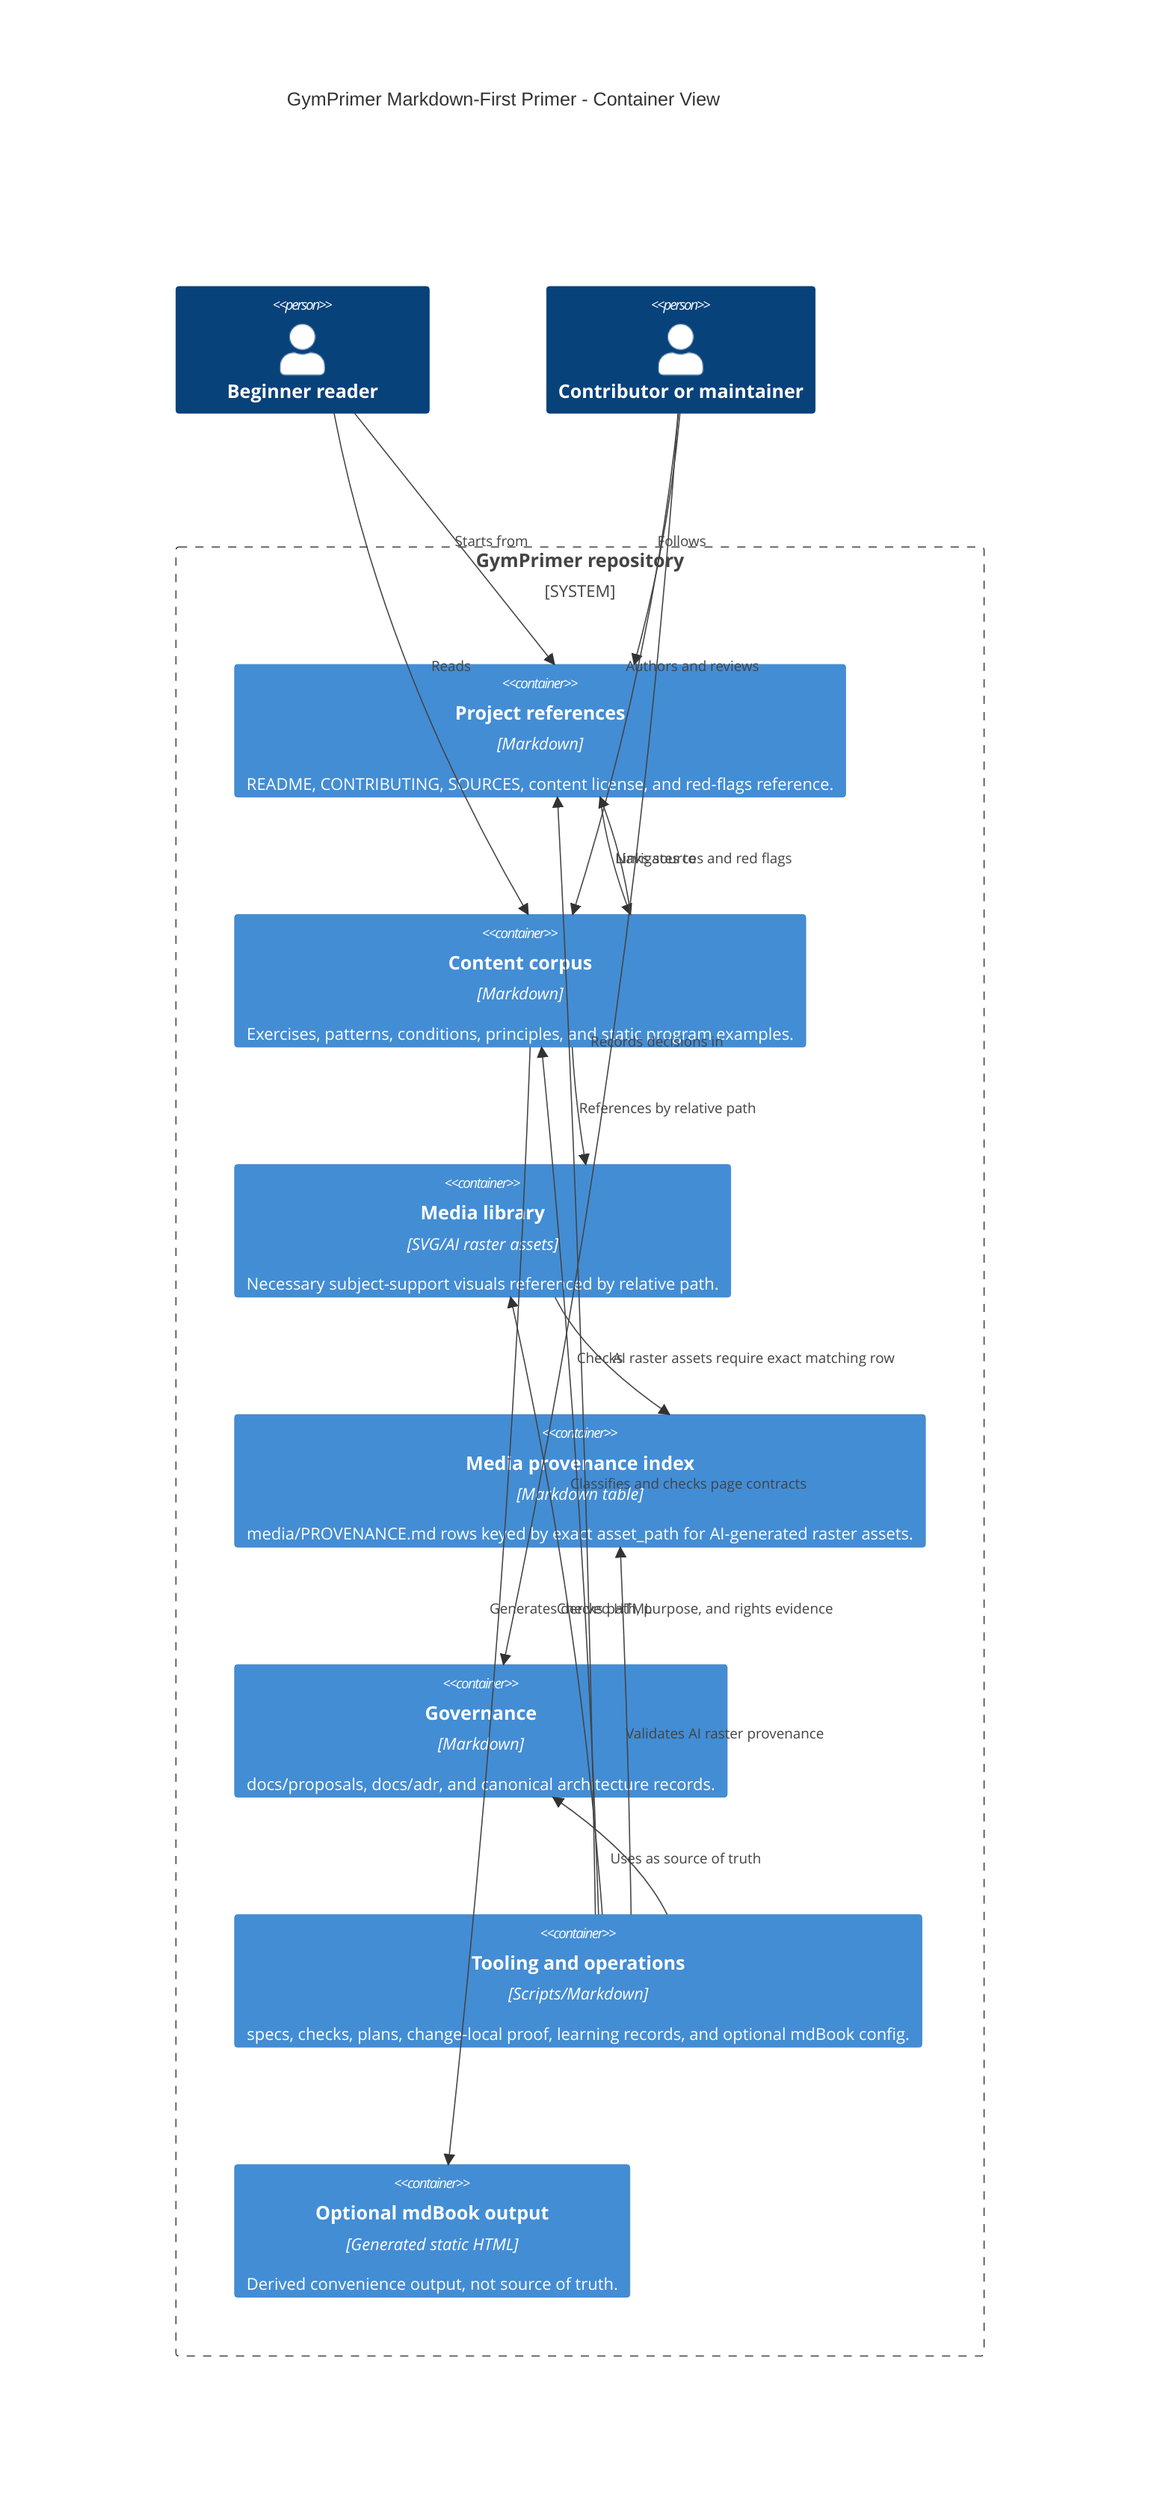
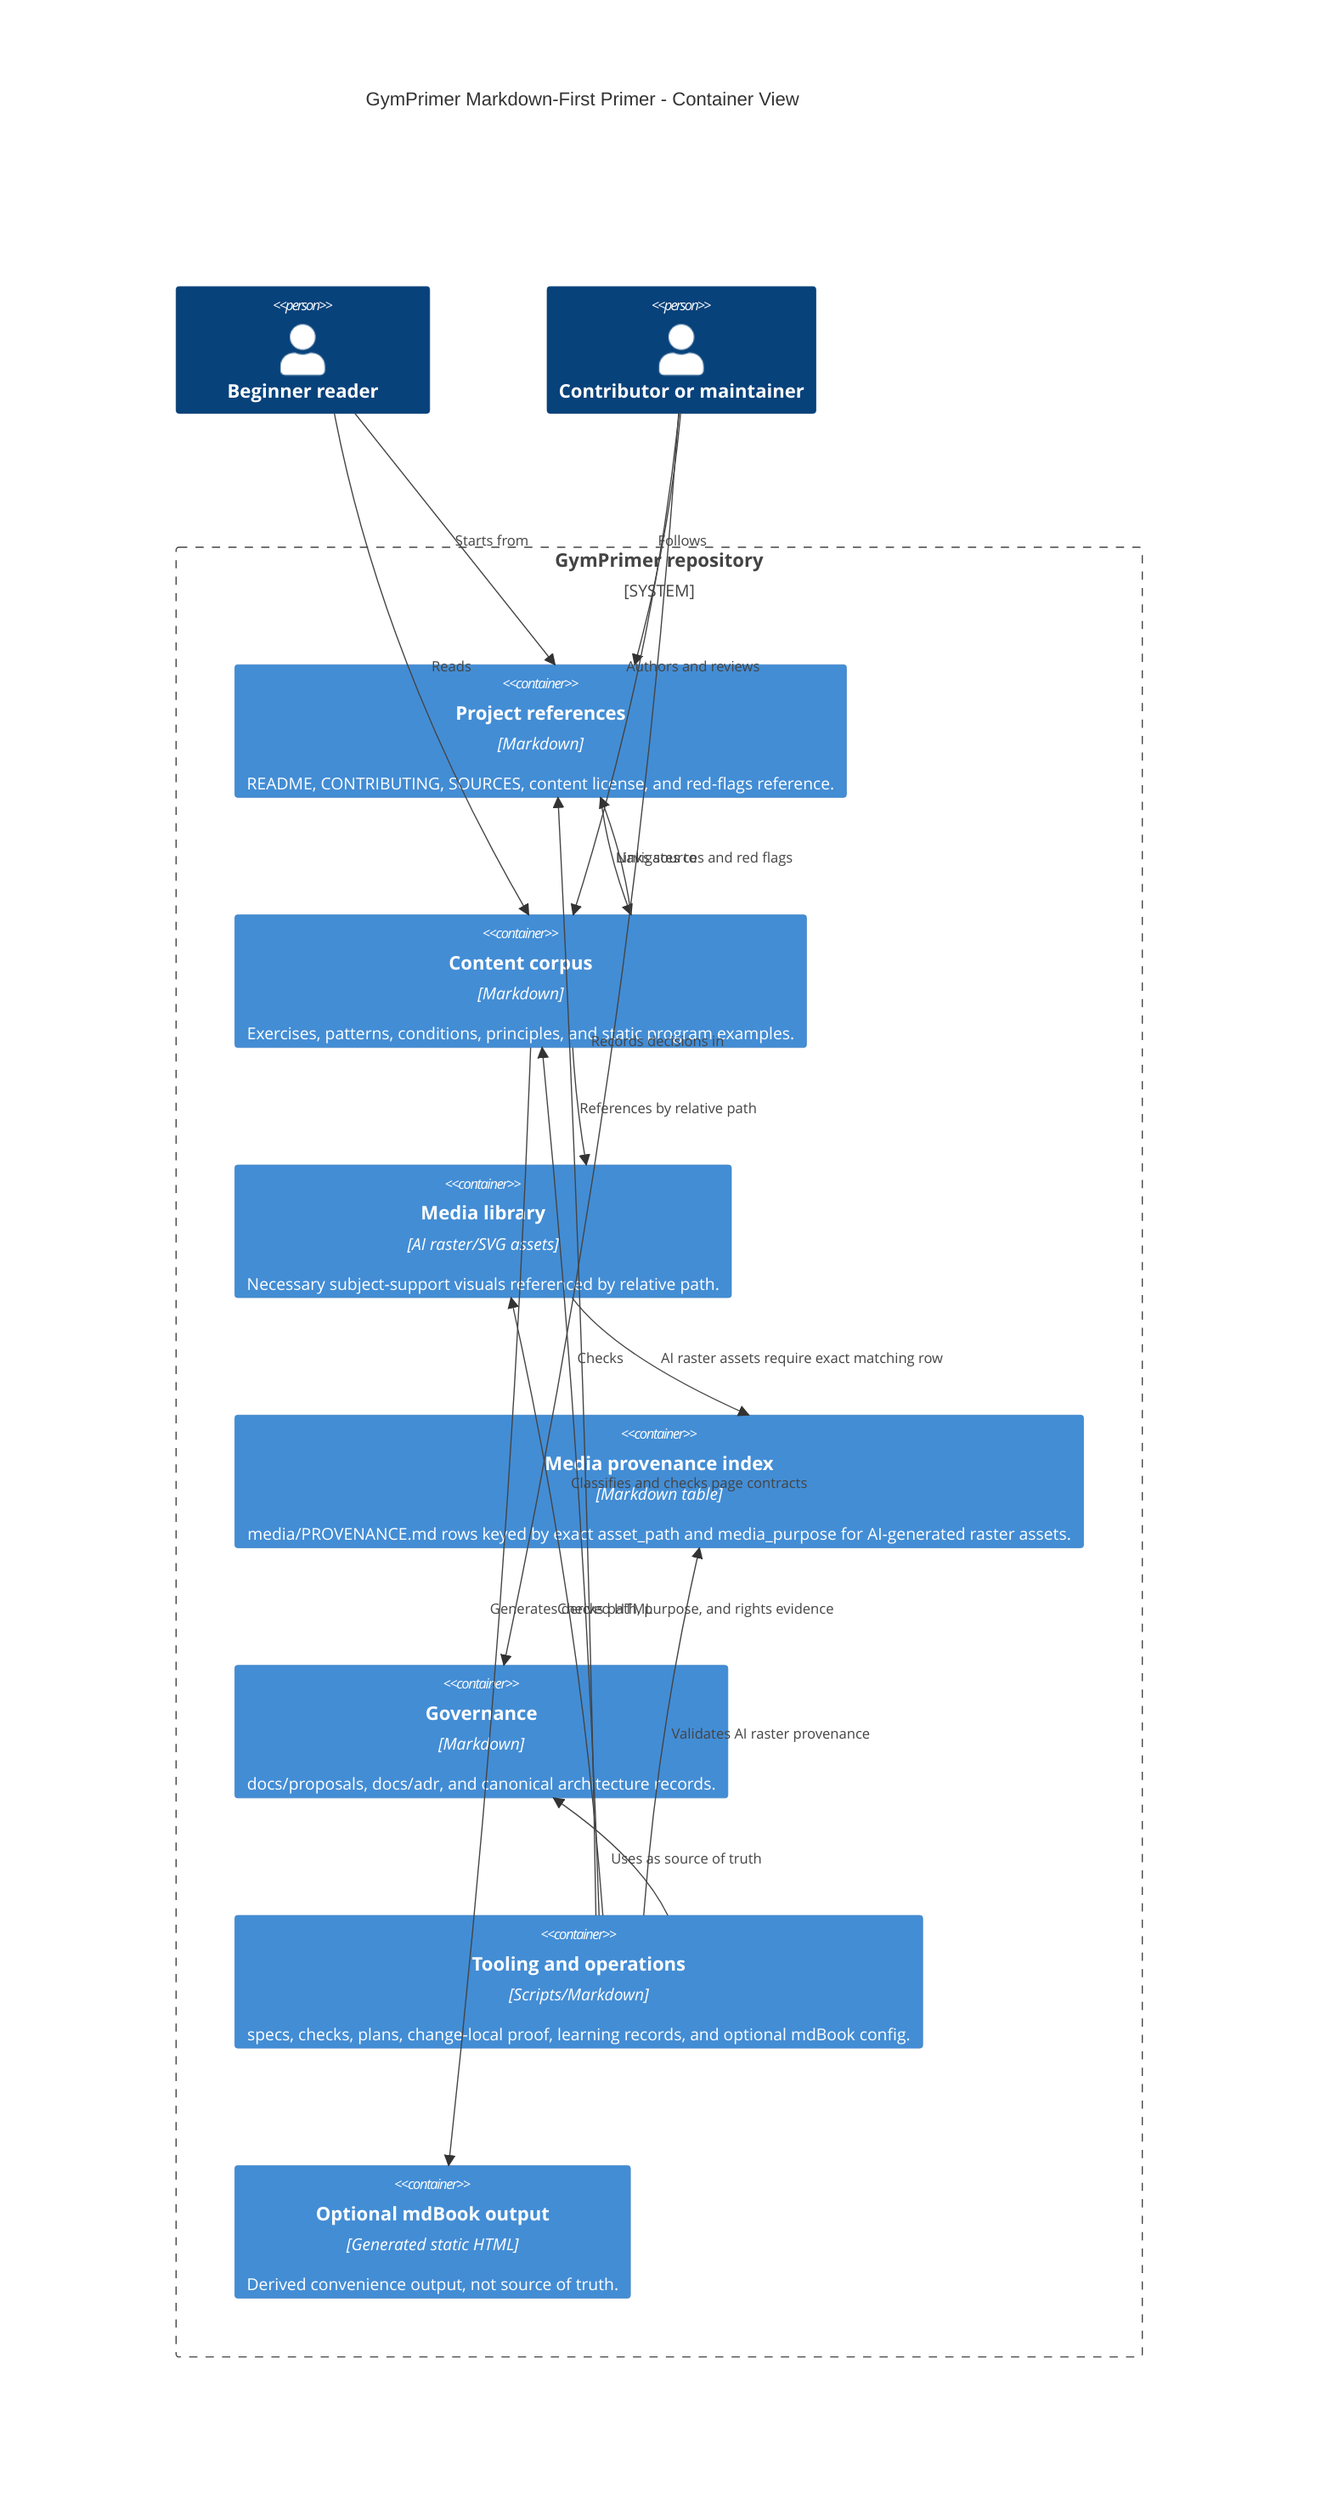
C4Container
  title GymPrimer Markdown-First Primer - Container View

  Person(beginner, "Beginner reader")
  Person(contributor, "Contributor or maintainer")

  System_Boundary(repo, "GymPrimer repository") {
    Container(refs, "Project references", "Markdown", "README, CONTRIBUTING, SOURCES, content license, and red-flags reference.")
    Container(content, "Content corpus", "Markdown", "Exercises, patterns, conditions, principles, and static program examples.")
-     Container(media, "Media library", "SVG/AI raster assets", "Necessary subject-support visuals referenced by relative path.")
-     Container(provenance, "Media provenance index", "Markdown table", "media/PROVENANCE.md rows keyed by exact asset_path for AI-generated raster assets.")
+     Container(media, "Media library", "AI raster/SVG assets", "Necessary subject-support visuals referenced by relative path.")
+     Container(provenance, "Media provenance index", "Markdown table", "media/PROVENANCE.md rows keyed by exact asset_path and media_purpose for AI-generated raster assets.")
    Container(governance, "Governance", "Markdown", "docs/proposals, docs/adr, and canonical architecture records.")
    Container(ops, "Tooling and operations", "Scripts/Markdown", "specs, checks, plans, change-local proof, learning records, and optional mdBook config.")
    Container(book, "Optional mdBook output", "Generated static HTML", "Derived convenience output, not source of truth.")
  }

  Rel(beginner, refs, "Starts from")
  Rel(beginner, content, "Reads")
  Rel(contributor, refs, "Follows")
  Rel(contributor, content, "Authors and reviews")
  Rel(contributor, governance, "Records decisions in")
  Rel(refs, content, "Navigates to")
  Rel(content, refs, "Links sources and red flags")
  Rel(content, media, "References by relative path")
  Rel(ops, provenance, "Validates AI raster provenance")
  Rel(ops, refs, "Checks")
  Rel(ops, content, "Classifies and checks page contracts")
  Rel(ops, governance, "Uses as source of truth")
  Rel(ops, media, "Checks path, purpose, and rights evidence")
  Rel(media, provenance, "AI raster assets require exact matching row")
  Rel(content, book, "Generates derived HTML")
